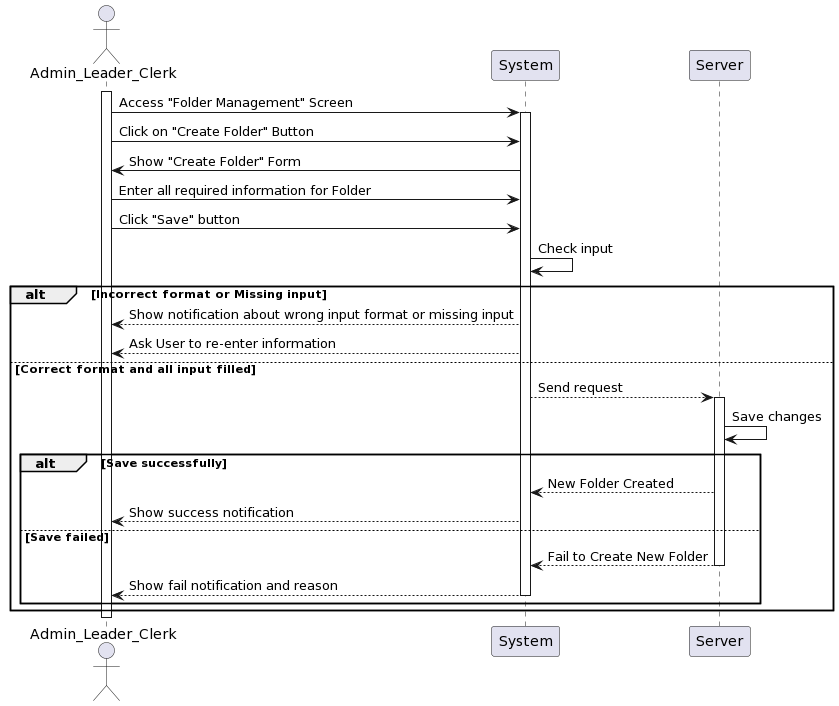
Before: Lab1/Lab1.2/SequenceDiagram/Folder/CreateFolder/CreateFolder_SequenceDiagram.png, a diagram exported from PlantUML (khoapham1003/SE357-Pratice-class).
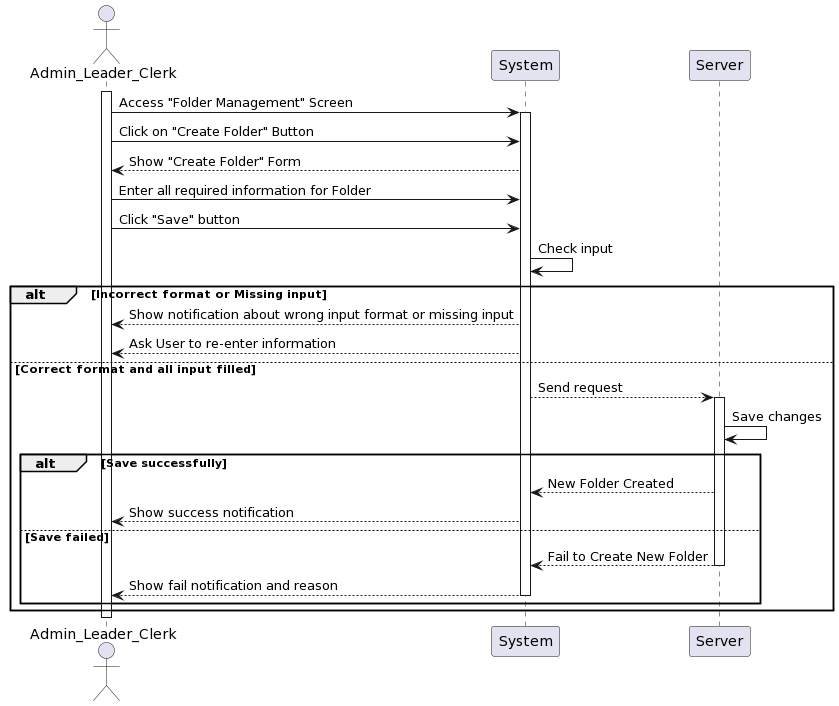
After the change.

What changed in the source:
```diff
@@ -7,7 +7,7 @@
 User -> System: Access "Folder Management" Screen
 activate System
 User -> System: Click on "Create Folder" Button
-System -> User: Show "Create Folder" Form
+System --> User: Show "Create Folder" Form
 User -> System: Enter all required information for Folder
 User -> System: Click "Save" button
 System -> System: Check input
```
